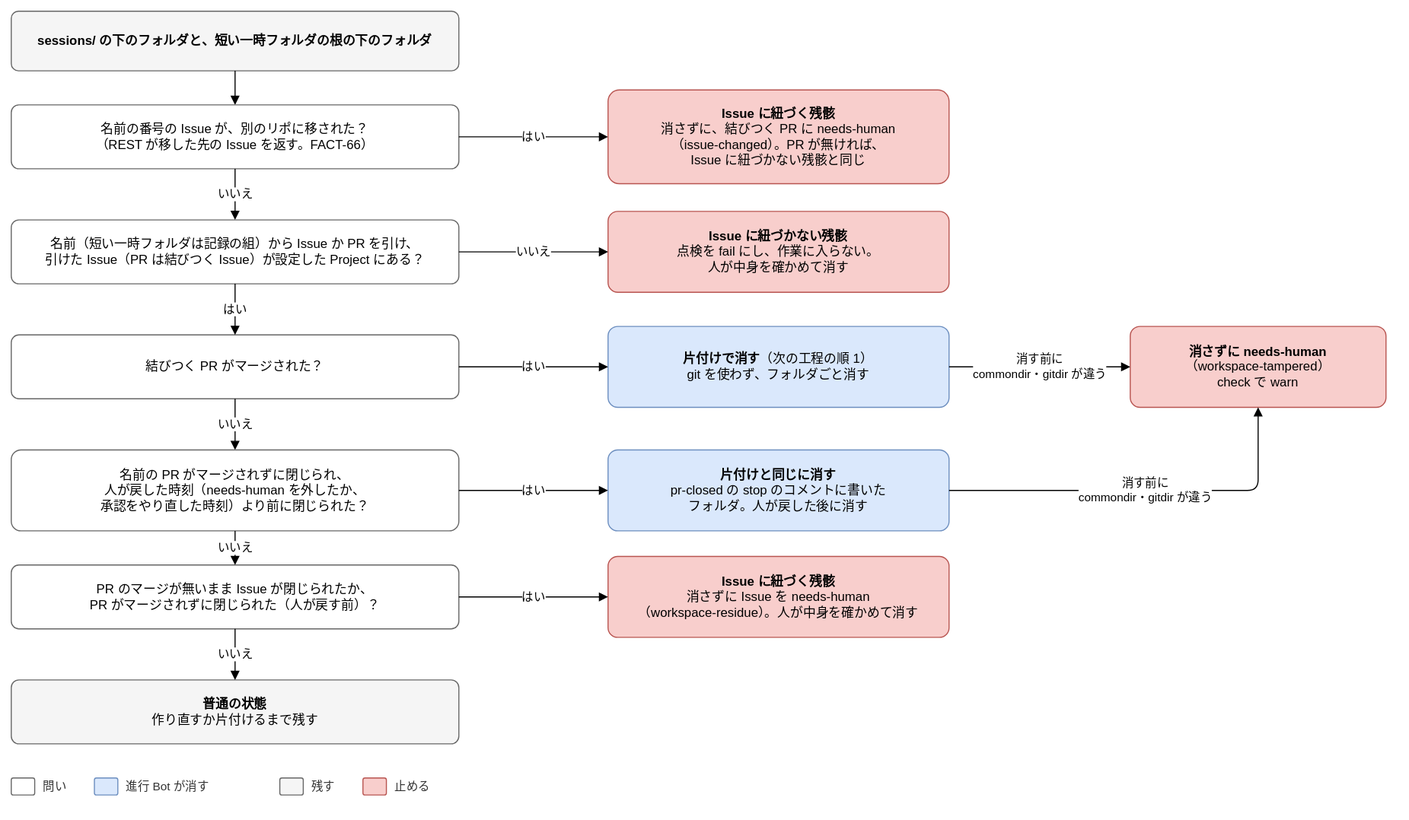
Before: docs/design/basic/diagrams/02-workspace-residue.drawio.svg, a diagram exported from draw.io (Joymerrevent/dev-autopilot). Source tidied: cells renumbered, new cells last; positions are measured from the earlier drawing's top-left corner, leaving out a move shared by most shapes.
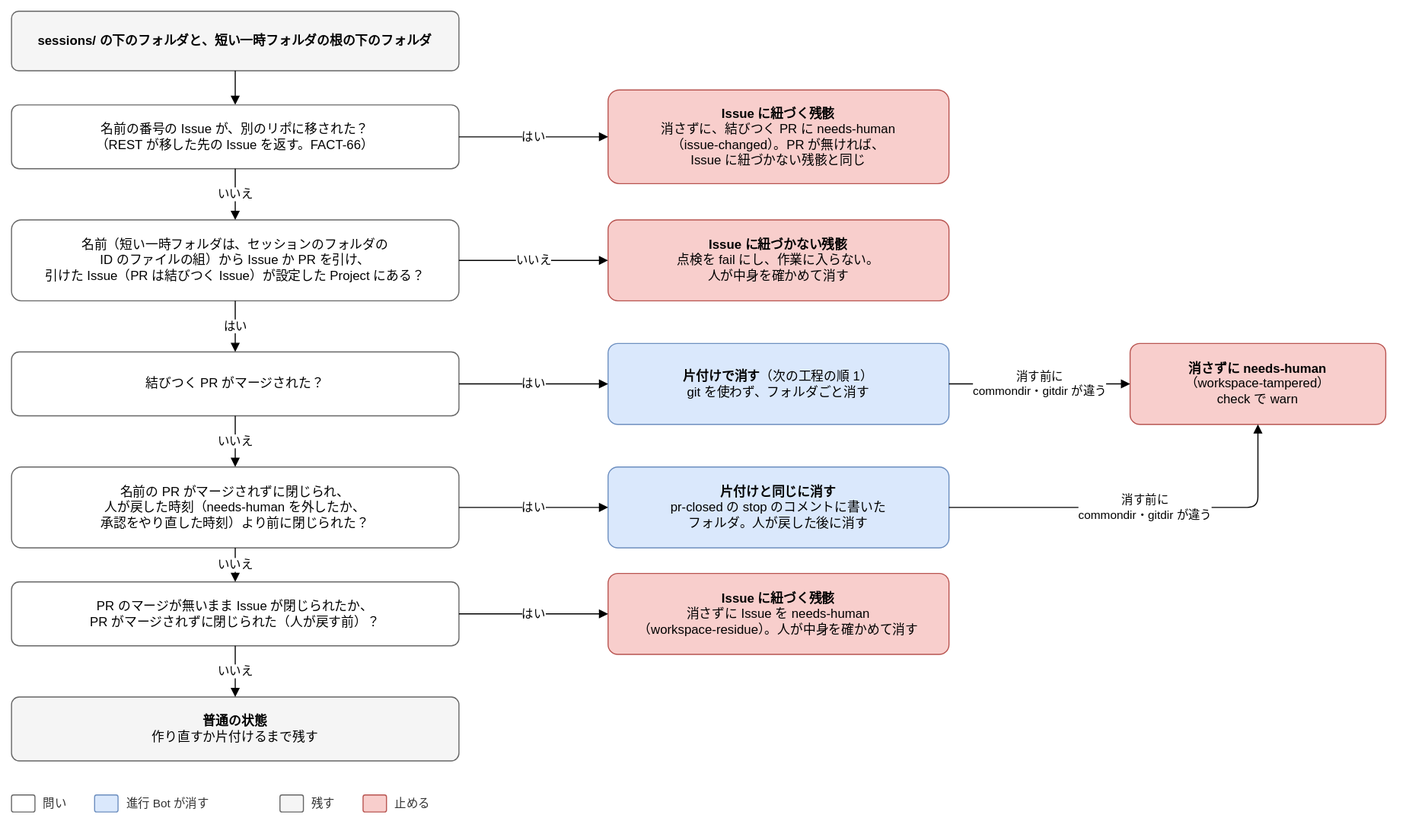
Above is the later version.

What changed in the source:
```diff
@@ -3,10 +3,10 @@
     <mxCell id="0" />
     <mxCell id="1" parent="0" />
     <mxCell id="2" value="&lt;b&gt;sessions/ の下のフォルダと、短い一時フォルダの根の下のフォルダ&lt;/b&gt;" style="rounded=1;whiteSpace=wrap;html=1;fontSize=12;arcSize=12;spacing=12;fillColor=#f5f5f5;strokeColor=#666666;" parent="1" vertex="1">
-      <mxGeometry width="420" height="56" as="geometry" />
+      <mxGeometry y="-16" width="420" height="56" as="geometry" />
     </mxCell>
-    <mxCell id="3" value="名前（短い一時フォルダは記録の組）から Issue か PR を引け、&lt;br&gt;引けた Issue（PR は結びつく Issue）が設定した Project にある？" style="rounded=1;whiteSpace=wrap;html=1;fontSize=12;arcSize=12;spacing=12;fillColor=#ffffff;strokeColor=#666666;" parent="1" vertex="1">
-      <mxGeometry y="196" width="420" height="60" as="geometry" />
+    <mxCell id="3" value="名前（短い一時フォルダは、セッションのフォルダの&lt;br&gt;ID のファイルの組）から Issue か PR を引け、&lt;br&gt;引けた Issue（PR は結びつく Issue）が設定した Project にある？" style="rounded=1;whiteSpace=wrap;html=1;fontSize=12;arcSize=12;spacing=12;fillColor=#ffffff;strokeColor=#666666;" parent="1" vertex="1">
+      <mxGeometry y="180" width="420" height="76" as="geometry" />
     </mxCell>
     <mxCell id="4" value="結びつく PR がマージされた？" style="rounded=1;whiteSpace=wrap;html=1;fontSize=12;arcSize=12;spacing=12;fillColor=#ffffff;strokeColor=#666666;" parent="1" vertex="1">
       <mxGeometry y="304" width="420" height="60" as="geometry" />
@@ -15,7 +15,7 @@
       <mxGeometry y="520" width="420" height="60" as="geometry" />
     </mxCell>
     <mxCell id="6" value="&lt;b&gt;Issue に紐づかない残骸&lt;/b&gt;&lt;br&gt;点検を fail にし、作業に入らない。&lt;br&gt;人が中身を確かめて消す" style="rounded=1;whiteSpace=wrap;html=1;fontSize=12;arcSize=12;spacing=12;fillColor=#f8cecc;strokeColor=#b85450;" parent="1" vertex="1">
-      <mxGeometry x="560" y="188" width="320" height="76" as="geometry" />
+      <mxGeometry x="560" y="180" width="320" height="76" as="geometry" />
     </mxCell>
     <mxCell id="7" value="&lt;b&gt;片付けで消す&lt;/b&gt;（次の工程の順 1）&lt;br&gt;git を使わず、フォルダごと消す" style="rounded=1;whiteSpace=wrap;html=1;fontSize=12;arcSize=12;spacing=12;fillColor=#dae8fc;strokeColor=#6c8ebf;" parent="1" vertex="1">
       <mxGeometry x="560" y="296" width="320" height="76" as="geometry" />
@@ -78,10 +78,10 @@
       <mxGeometry relative="1" as="geometry" />
     </mxCell>
     <mxCell id="27" value="名前の番号の Issue が、別のリポに移された？&lt;br&gt;（REST が移した先の Issue を返す。FACT-66）" style="rounded=1;whiteSpace=wrap;html=1;fontSize=12;arcSize=12;spacing=12;fillColor=#ffffff;strokeColor=#666666;" parent="1" vertex="1">
-      <mxGeometry y="88" width="420" height="60" as="geometry" />
+      <mxGeometry y="72" width="420" height="60" as="geometry" />
     </mxCell>
     <mxCell id="28" value="&lt;b&gt;Issue に紐づく残骸&lt;/b&gt;&lt;br&gt;消さずに、結びつく PR に needs-human&lt;br&gt;（issue-changed）。PR が無ければ、&lt;br&gt;Issue に紐づかない残骸と同じ" style="rounded=1;whiteSpace=wrap;html=1;fontSize=12;arcSize=12;spacing=12;fillColor=#f8cecc;strokeColor=#b85450;" parent="1" vertex="1">
-      <mxGeometry x="560" y="74" width="320" height="88" as="geometry" />
+      <mxGeometry x="560" y="58" width="320" height="88" as="geometry" />
     </mxCell>
     <mxCell id="29" value="はい" style="edgeStyle=orthogonalEdgeStyle;rounded=1;html=1;endArrow=block;endFill=1;fontSize=11;labelBackgroundColor=#ffffff;exitX=1;exitY=0.5;exitDx=0;exitDy=0;entryX=0;entryY=0.5;entryDx=0;entryDy=0;" parent="1" edge="1" source="27" target="28">
       <mxGeometry relative="1" as="geometry" />
```
